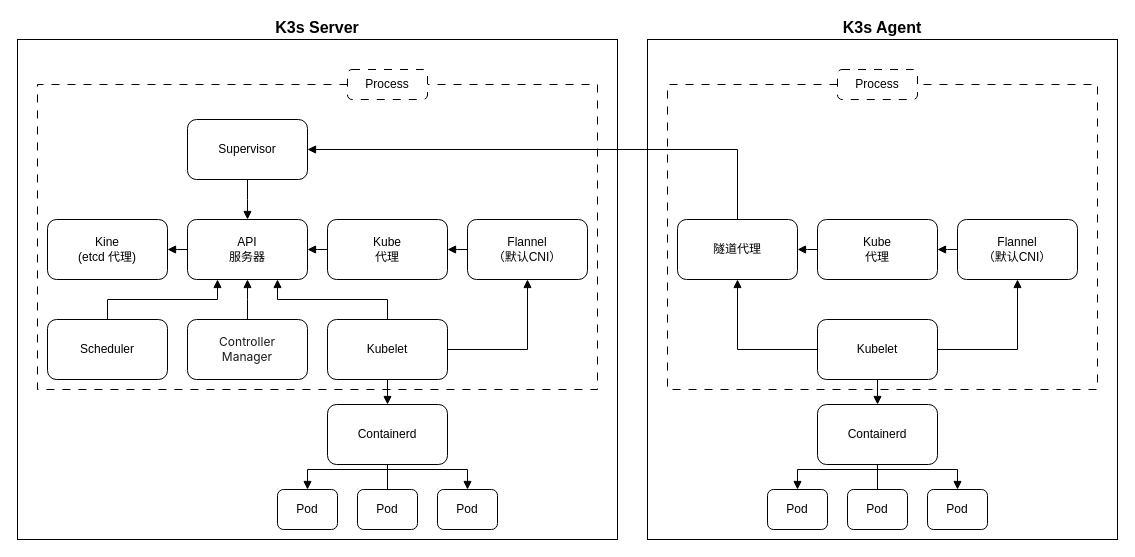
This is page "K3s架构" (3 of 6) of directory/边缘架构.drawio from lllwwwooo/draw.io, a draw.io file, before an edit. Source tidied: cells renumbered, new cells numbered last; positions are measured from the earlier drawing's top-left corner, leaving out a move shared by most shapes. Both pictures are drawn from the tidied source at 100%, with x=0, y=0 at pixel (17, 39).
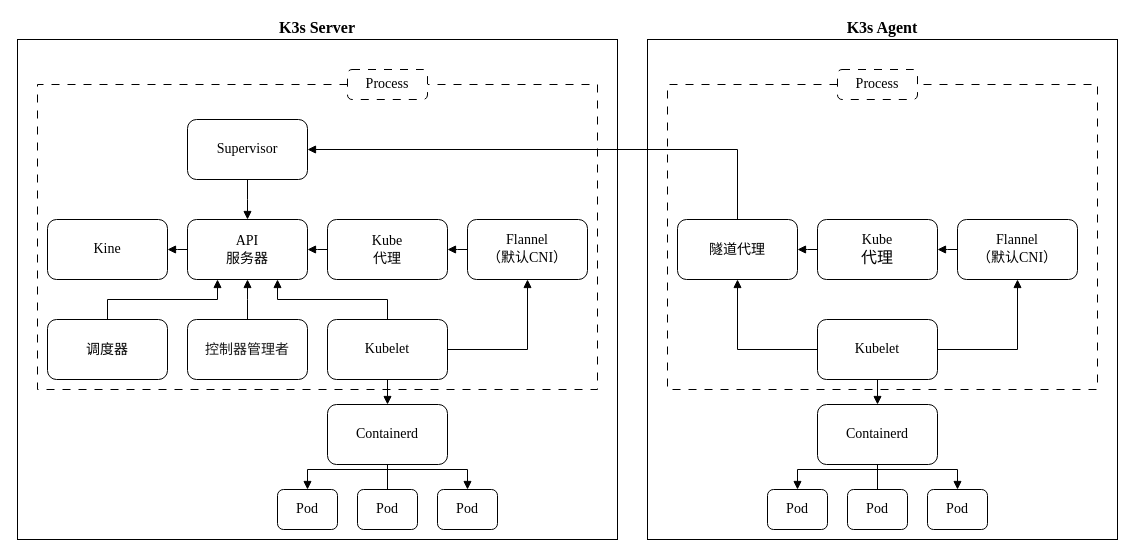
The same page after the edit.

Diff of the diagram source:
```diff
@@
-    <mxCell id="2" value="&lt;b&gt;&lt;font style=&quot;font-size: 16px;&quot;&gt;K3s Server&lt;/font&gt;&lt;/b&gt;" style="whiteSpace=wrap;html=1;align=center;newEdgeStyle={&quot;edgeStyle&quot;:&quot;elbowEdgeStyle&quot;,&quot;startArrow&quot;:&quot;none&quot;,&quot;endArrow&quot;:&quot;none&quot;};labelPosition=center;verticalLabelPosition=top;verticalAlign=bottom;" parent="1" vertex="1">
+    <mxCell id="2" value="&lt;b&gt;&lt;font face=&quot;Times New Roman&quot; style=&quot;font-size: 16px;&quot;&gt;K3s Server&lt;/font&gt;&lt;/b&gt;" style="whiteSpace=wrap;html=1;align=center;newEdgeStyle={&quot;edgeStyle&quot;:&quot;elbowEdgeStyle&quot;,&quot;startArrow&quot;:&quot;none&quot;,&quot;endArrow&quot;:&quot;none&quot;};labelPosition=center;verticalLabelPosition=top;verticalAlign=bottom;" parent="1" vertex="1">
       <mxGeometry width="600" height="500" as="geometry" />
     </mxCell>
@@
-    <mxCell id="4" value="Supervisor" style="whiteSpace=wrap;html=1;align=center;newEdgeStyle={&quot;edgeStyle&quot;:&quot;elbowEdgeStyle&quot;,&quot;startArrow&quot;:&quot;none&quot;,&quot;endArrow&quot;:&quot;none&quot;};rounded=1;" parent="1" vertex="1">
+    <mxCell id="4" value="&lt;font face=&quot;Times New Roman&quot; style=&quot;font-size: 14px;&quot;&gt;Supervisor&lt;/font&gt;" style="whiteSpace=wrap;html=1;align=center;newEdgeStyle={&quot;edgeStyle&quot;:&quot;elbowEdgeStyle&quot;,&quot;startArrow&quot;:&quot;none&quot;,&quot;endArrow&quot;:&quot;none&quot;};rounded=1;" parent="1" vertex="1">
       <mxGeometry x="170" y="80" width="120" height="60" as="geometry" />
     </mxCell>
-    <mxCell id="5" value="Kine&lt;div&gt;(etcd 代理)&lt;/div&gt;" style="whiteSpace=wrap;html=1;align=center;newEdgeStyle={&quot;edgeStyle&quot;:&quot;elbowEdgeStyle&quot;,&quot;startArrow&quot;:&quot;none&quot;,&quot;endArrow&quot;:&quot;none&quot;};glass=0;rounded=1;" parent="1" vertex="1">
+    <mxCell id="5" value="&lt;font face=&quot;Times New Roman&quot; style=&quot;font-size: 14px;&quot;&gt;Kine&lt;/font&gt;" style="whiteSpace=wrap;html=1;align=center;newEdgeStyle={&quot;edgeStyle&quot;:&quot;elbowEdgeStyle&quot;,&quot;startArrow&quot;:&quot;none&quot;,&quot;endArrow&quot;:&quot;none&quot;};glass=0;rounded=1;" parent="1" vertex="1">
       <mxGeometry x="30" y="180" width="120" height="60" as="geometry" />
     </mxCell>
@@
-    <mxCell id="7" value="API&lt;div&gt;服务器&lt;/div&gt;" style="whiteSpace=wrap;html=1;align=center;newEdgeStyle={&quot;edgeStyle&quot;:&quot;elbowEdgeStyle&quot;,&quot;startArrow&quot;:&quot;none&quot;,&quot;endArrow&quot;:&quot;none&quot;};rounded=1;" parent="1" vertex="1">
+    <mxCell id="7" value="&lt;font style=&quot;font-size: 14px;&quot; face=&quot;Times New Roman&quot;&gt;API&lt;/font&gt;&lt;div&gt;&lt;font style=&quot;font-size: 14px;&quot; face=&quot;宋体&quot;&gt;服务器&lt;/font&gt;&lt;/div&gt;" style="whiteSpace=wrap;html=1;align=center;newEdgeStyle={&quot;edgeStyle&quot;:&quot;elbowEdgeStyle&quot;,&quot;startArrow&quot;:&quot;none&quot;,&quot;endArrow&quot;:&quot;none&quot;};rounded=1;" parent="1" vertex="1">
       <mxGeometry x="170" y="180" width="120" height="60" as="geometry" />
     </mxCell>
@@
-    <mxCell id="9" value="Kube&lt;div&gt;代理&lt;/div&gt;" style="whiteSpace=wrap;html=1;align=center;newEdgeStyle={&quot;edgeStyle&quot;:&quot;elbowEdgeStyle&quot;,&quot;startArrow&quot;:&quot;none&quot;,&quot;endArrow&quot;:&quot;none&quot;};rounded=1;" parent="1" vertex="1">
+    <mxCell id="9" value="&lt;font style=&quot;font-size: 14px;&quot; face=&quot;Times New Roman&quot;&gt;Kube&lt;/font&gt;&lt;div&gt;&lt;font style=&quot;font-size: 14px;&quot; face=&quot;宋体&quot;&gt;代理&lt;/font&gt;&lt;/div&gt;" style="whiteSpace=wrap;html=1;align=center;newEdgeStyle={&quot;edgeStyle&quot;:&quot;elbowEdgeStyle&quot;,&quot;startArrow&quot;:&quot;none&quot;,&quot;endArrow&quot;:&quot;none&quot;};rounded=1;" parent="1" vertex="1">
       <mxGeometry x="310" y="180" width="120" height="60" as="geometry" />
     </mxCell>
@@
-    <mxCell id="11" value="Flannel&lt;div&gt;（默认CNI）&lt;/div&gt;" style="whiteSpace=wrap;html=1;align=center;newEdgeStyle={&quot;edgeStyle&quot;:&quot;elbowEdgeStyle&quot;,&quot;startArrow&quot;:&quot;none&quot;,&quot;endArrow&quot;:&quot;none&quot;};rounded=1;" parent="1" vertex="1">
+    <mxCell id="11" value="&lt;font style=&quot;font-size: 14px;&quot; face=&quot;Times New Roman&quot;&gt;Flannel&lt;/font&gt;&lt;div&gt;&lt;font style=&quot;font-size: 14px;&quot;&gt;&lt;font style=&quot;&quot; face=&quot;宋体&quot;&gt;（默认&lt;/font&gt;&lt;font style=&quot;&quot; face=&quot;Times New Roman&quot;&gt;CNI&lt;/font&gt;&lt;font style=&quot;&quot; face=&quot;宋体&quot;&gt;）&lt;/font&gt;&lt;/font&gt;&lt;/div&gt;" style="whiteSpace=wrap;html=1;align=center;newEdgeStyle={&quot;edgeStyle&quot;:&quot;elbowEdgeStyle&quot;,&quot;startArrow&quot;:&quot;none&quot;,&quot;endArrow&quot;:&quot;none&quot;};rounded=1;" parent="1" vertex="1">
       <mxGeometry x="450" y="180" width="120" height="60" as="geometry" />
     </mxCell>
@@
-    <mxCell id="13" value="&lt;span style=&quot;color: rgba(0, 0, 0, 0.9); font-family: -apple-system, BlinkMacSystemFont, &amp;quot;Segoe UI&amp;quot;, system-ui, -apple-system, &amp;quot;Segoe UI&amp;quot;, Roboto, Ubuntu, Cantarell, &amp;quot;Noto Sans&amp;quot;, sans-serif, Arial, &amp;quot;PingFang SC&amp;quot;, &amp;quot;Source Han Sans SC&amp;quot;, &amp;quot;Microsoft YaHei UI&amp;quot;, &amp;quot;Microsoft YaHei&amp;quot;, &amp;quot;Noto Sans CJK SC&amp;quot;, sans-serif; text-align: left; white-space-collapse: preserve; background-color: rgb(255, 255, 255);&quot;&gt;&lt;font&gt;Controller&lt;/font&gt;&lt;/span&gt;&lt;div&gt;&lt;span style=&quot;color: rgba(0, 0, 0, 0.9); font-family: -apple-system, BlinkMacSystemFont, &amp;quot;Segoe UI&amp;quot;, system-ui, -apple-system, &amp;quot;Segoe UI&amp;quot;, Roboto, Ubuntu, Cantarell, &amp;quot;Noto Sans&amp;quot;, sans-serif, Arial, &amp;quot;PingFang SC&amp;quot;, &amp;quot;Source Han Sans SC&amp;quot;, &amp;quot;Microsoft YaHei UI&amp;quot;, &amp;quot;Microsoft YaHei&amp;quot;, &amp;quot;Noto Sans CJK SC&amp;quot;, sans-serif; text-align: left; white-space-collapse: preserve; background-color: rgb(255, 255, 255);&quot;&gt;&lt;font&gt;Manager&lt;/font&gt;&lt;/span&gt;&lt;/div&gt;" style="whiteSpace=wrap;html=1;align=center;newEdgeStyle={&quot;edgeStyle&quot;:&quot;elbowEdgeStyle&quot;,&quot;startArrow&quot;:&quot;none&quot;,&quot;endArrow&quot;:&quot;none&quot;};rounded=1;" parent="1" vertex="1">
+    <mxCell id="13" value="&lt;span style=&quot;color: rgba(0, 0, 0, 0.9); text-align: left; white-space-collapse: preserve; background-color: rgb(255, 255, 255);&quot;&gt;&lt;font face=&quot;宋体&quot; style=&quot;font-size: 14px;&quot;&gt;控制器管理者&lt;/font&gt;&lt;/span&gt;" style="whiteSpace=wrap;html=1;align=center;newEdgeStyle={&quot;edgeStyle&quot;:&quot;elbowEdgeStyle&quot;,&quot;startArrow&quot;:&quot;none&quot;,&quot;endArrow&quot;:&quot;none&quot;};rounded=1;" parent="1" vertex="1">
       <mxGeometry x="170" y="280" width="120" height="60" as="geometry" />
     </mxCell>
@@
-    <mxCell id="15" value="Scheduler" style="whiteSpace=wrap;html=1;align=center;newEdgeStyle={&quot;edgeStyle&quot;:&quot;elbowEdgeStyle&quot;,&quot;startArrow&quot;:&quot;none&quot;,&quot;endArrow&quot;:&quot;none&quot;};rounded=1;" parent="1" vertex="1">
+    <mxCell id="15" value="&lt;font style=&quot;font-size: 14px;&quot; face=&quot;宋体&quot;&gt;调度器&lt;/font&gt;" style="whiteSpace=wrap;html=1;align=center;newEdgeStyle={&quot;edgeStyle&quot;:&quot;elbowEdgeStyle&quot;,&quot;startArrow&quot;:&quot;none&quot;,&quot;endArrow&quot;:&quot;none&quot;};rounded=1;" parent="1" vertex="1">
       <mxGeometry x="30" y="280" width="120" height="60" as="geometry" />
     </mxCell>
@@
-    <mxCell id="18" value="Kubelet" style="whiteSpace=wrap;html=1;align=center;newEdgeStyle={&quot;edgeStyle&quot;:&quot;elbowEdgeStyle&quot;,&quot;startArrow&quot;:&quot;none&quot;,&quot;endArrow&quot;:&quot;none&quot;};rounded=1;" parent="1" vertex="1">
+    <mxCell id="18" value="&lt;font style=&quot;font-size: 14px;&quot; face=&quot;Times New Roman&quot;&gt;Kubelet&lt;/font&gt;" style="whiteSpace=wrap;html=1;align=center;newEdgeStyle={&quot;edgeStyle&quot;:&quot;elbowEdgeStyle&quot;,&quot;startArrow&quot;:&quot;none&quot;,&quot;endArrow&quot;:&quot;none&quot;};rounded=1;" parent="1" vertex="1">
       <mxGeometry x="310" y="280" width="120" height="60" as="geometry" />
     </mxCell>
@@
-    <mxCell id="22" value="&lt;span style=&quot;&quot; lang=&quot;EN-US&quot;&gt;&lt;font&gt;Containerd&lt;/font&gt;&lt;/span&gt;" style="whiteSpace=wrap;html=1;align=center;newEdgeStyle={&quot;edgeStyle&quot;:&quot;elbowEdgeStyle&quot;,&quot;startArrow&quot;:&quot;none&quot;,&quot;endArrow&quot;:&quot;none&quot;};rounded=1;" parent="1" vertex="1">
+    <mxCell id="22" value="&lt;span style=&quot;&quot; lang=&quot;EN-US&quot;&gt;&lt;font style=&quot;font-size: 14px;&quot; face=&quot;Times New Roman&quot;&gt;Containerd&lt;/font&gt;&lt;/span&gt;" style="whiteSpace=wrap;html=1;align=center;newEdgeStyle={&quot;edgeStyle&quot;:&quot;elbowEdgeStyle&quot;,&quot;startArrow&quot;:&quot;none&quot;,&quot;endArrow&quot;:&quot;none&quot;};rounded=1;" parent="1" vertex="1">
       <mxGeometry x="310" y="365" width="120" height="60" as="geometry" />
     </mxCell>
-    <mxCell id="23" value="Pod" style="whiteSpace=wrap;html=1;align=center;newEdgeStyle={&quot;edgeStyle&quot;:&quot;elbowEdgeStyle&quot;,&quot;startArrow&quot;:&quot;none&quot;,&quot;endArrow&quot;:&quot;none&quot;};rounded=1;" parent="1" vertex="1">
+    <mxCell id="23" value="&lt;font style=&quot;font-size: 14px;&quot; face=&quot;Times New Roman&quot;&gt;Pod&lt;/font&gt;" style="whiteSpace=wrap;html=1;align=center;newEdgeStyle={&quot;edgeStyle&quot;:&quot;elbowEdgeStyle&quot;,&quot;startArrow&quot;:&quot;none&quot;,&quot;endArrow&quot;:&quot;none&quot;};rounded=1;" parent="1" vertex="1">
       <mxGeometry x="340" y="450" width="60" height="40" as="geometry" />
     </mxCell>
-    <mxCell id="24" value="Pod" style="whiteSpace=wrap;html=1;align=center;newEdgeStyle={&quot;edgeStyle&quot;:&quot;elbowEdgeStyle&quot;,&quot;startArrow&quot;:&quot;none&quot;,&quot;endArrow&quot;:&quot;none&quot;};rounded=1;" parent="1" vertex="1">
+    <mxCell id="24" value="&lt;font style=&quot;font-size: 14px;&quot; face=&quot;Times New Roman&quot;&gt;Pod&lt;/font&gt;" style="whiteSpace=wrap;html=1;align=center;newEdgeStyle={&quot;edgeStyle&quot;:&quot;elbowEdgeStyle&quot;,&quot;startArrow&quot;:&quot;none&quot;,&quot;endArrow&quot;:&quot;none&quot;};rounded=1;" parent="1" vertex="1">
       <mxGeometry x="260" y="450" width="60" height="40" as="geometry" />
     </mxCell>
-    <mxCell id="25" value="Pod" style="whiteSpace=wrap;html=1;align=center;newEdgeStyle={&quot;edgeStyle&quot;:&quot;elbowEdgeStyle&quot;,&quot;startArrow&quot;:&quot;none&quot;,&quot;endArrow&quot;:&quot;none&quot;};rounded=1;" parent="1" vertex="1">
+    <mxCell id="25" value="&lt;font style=&quot;font-size: 14px;&quot; face=&quot;Times New Roman&quot;&gt;Pod&lt;/font&gt;" style="whiteSpace=wrap;html=1;align=center;newEdgeStyle={&quot;edgeStyle&quot;:&quot;elbowEdgeStyle&quot;,&quot;startArrow&quot;:&quot;none&quot;,&quot;endArrow&quot;:&quot;none&quot;};rounded=1;" parent="1" vertex="1">
       <mxGeometry x="420" y="450" width="60" height="40" as="geometry" />
     </mxCell>
@@
-    <mxCell id="28" value="Process" style="rounded=1;whiteSpace=wrap;html=1;dashed=1;dashPattern=8 8;" parent="1" vertex="1">
+    <mxCell id="28" value="&lt;font face=&quot;Times New Roman&quot; style=&quot;font-size: 14px;&quot;&gt;Process&lt;/font&gt;" style="rounded=1;whiteSpace=wrap;html=1;dashed=1;dashPattern=8 8;" parent="1" vertex="1">
       <mxGeometry x="330" y="30" width="80" height="30" as="geometry" />
     </mxCell>
-    <mxCell id="29" value="&lt;b&gt;&lt;font style=&quot;font-size: 16px;&quot;&gt;K3s Agent&lt;/font&gt;&lt;/b&gt;" style="whiteSpace=wrap;html=1;align=center;newEdgeStyle={&quot;edgeStyle&quot;:&quot;elbowEdgeStyle&quot;,&quot;startArrow&quot;:&quot;none&quot;,&quot;endArrow&quot;:&quot;none&quot;};labelPosition=center;verticalLabelPosition=top;verticalAlign=bottom;" parent="1" vertex="1">
+    <mxCell id="29" value="&lt;b&gt;&lt;font face=&quot;Times New Roman&quot; style=&quot;font-size: 16px;&quot;&gt;K3s Agent&lt;/font&gt;&lt;/b&gt;" style="whiteSpace=wrap;html=1;align=center;newEdgeStyle={&quot;edgeStyle&quot;:&quot;elbowEdgeStyle&quot;,&quot;startArrow&quot;:&quot;none&quot;,&quot;endArrow&quot;:&quot;none&quot;};labelPosition=center;verticalLabelPosition=top;verticalAlign=bottom;" parent="1" vertex="1">
       <mxGeometry x="630" width="470" height="500" as="geometry" />
     </mxCell>
@@
-    <mxCell id="31" value="隧道代理" style="whiteSpace=wrap;html=1;align=center;newEdgeStyle={&quot;edgeStyle&quot;:&quot;elbowEdgeStyle&quot;,&quot;startArrow&quot;:&quot;none&quot;,&quot;endArrow&quot;:&quot;none&quot;};glass=0;rounded=1;" parent="1" vertex="1">
+    <mxCell id="31" value="&lt;font style=&quot;font-size: 14px;&quot; face=&quot;宋体&quot;&gt;隧道代理&lt;/font&gt;" style="whiteSpace=wrap;html=1;align=center;newEdgeStyle={&quot;edgeStyle&quot;:&quot;elbowEdgeStyle&quot;,&quot;startArrow&quot;:&quot;none&quot;,&quot;endArrow&quot;:&quot;none&quot;};glass=0;rounded=1;" parent="1" vertex="1">
       <mxGeometry x="660" y="180" width="120" height="60" as="geometry" />
     </mxCell>
@@
-    <mxCell id="33" value="Kube&lt;div&gt;代理&lt;/div&gt;" style="whiteSpace=wrap;html=1;align=center;newEdgeStyle={&quot;edgeStyle&quot;:&quot;elbowEdgeStyle&quot;,&quot;startArrow&quot;:&quot;none&quot;,&quot;endArrow&quot;:&quot;none&quot;};rounded=1;" parent="1" vertex="1">
+    <mxCell id="33" value="&lt;font style=&quot;font-size: 14px;&quot; face=&quot;Times New Roman&quot;&gt;Kube&lt;/font&gt;&lt;div&gt;&lt;font size=&quot;3&quot; face=&quot;宋体&quot;&gt;代理&lt;/font&gt;&lt;/div&gt;" style="whiteSpace=wrap;html=1;align=center;newEdgeStyle={&quot;edgeStyle&quot;:&quot;elbowEdgeStyle&quot;,&quot;startArrow&quot;:&quot;none&quot;,&quot;endArrow&quot;:&quot;none&quot;};rounded=1;" parent="1" vertex="1">
       <mxGeometry x="800" y="180" width="120" height="60" as="geometry" />
     </mxCell>
@@
-    <mxCell id="35" value="Flannel&lt;div&gt;（默认CNI）&lt;/div&gt;" style="whiteSpace=wrap;html=1;align=center;newEdgeStyle={&quot;edgeStyle&quot;:&quot;elbowEdgeStyle&quot;,&quot;startArrow&quot;:&quot;none&quot;,&quot;endArrow&quot;:&quot;none&quot;};rounded=1;" parent="1" vertex="1">
+    <mxCell id="35" value="&lt;font style=&quot;font-size: 14px;&quot; face=&quot;Times New Roman&quot;&gt;Flannel&lt;/font&gt;&lt;div&gt;&lt;font style=&quot;font-size: 14px;&quot;&gt;&lt;font face=&quot;宋体&quot;&gt;（默认&lt;/font&gt;&lt;font face=&quot;Times New Roman&quot;&gt;CNI&lt;/font&gt;&lt;font face=&quot;宋体&quot;&gt;）&lt;/font&gt;&lt;/font&gt;&lt;/div&gt;" style="whiteSpace=wrap;html=1;align=center;newEdgeStyle={&quot;edgeStyle&quot;:&quot;elbowEdgeStyle&quot;,&quot;startArrow&quot;:&quot;none&quot;,&quot;endArrow&quot;:&quot;none&quot;};rounded=1;" parent="1" vertex="1">
       <mxGeometry x="940" y="180" width="120" height="60" as="geometry" />
     </mxCell>
@@
-    <mxCell id="38" value="Kubelet" style="whiteSpace=wrap;html=1;align=center;newEdgeStyle={&quot;edgeStyle&quot;:&quot;elbowEdgeStyle&quot;,&quot;startArrow&quot;:&quot;none&quot;,&quot;endArrow&quot;:&quot;none&quot;};rounded=1;" parent="1" vertex="1">
+    <mxCell id="38" value="&lt;font face=&quot;Times New Roman&quot; style=&quot;font-size: 14px;&quot;&gt;Kubelet&lt;/font&gt;" style="whiteSpace=wrap;html=1;align=center;newEdgeStyle={&quot;edgeStyle&quot;:&quot;elbowEdgeStyle&quot;,&quot;startArrow&quot;:&quot;none&quot;,&quot;endArrow&quot;:&quot;none&quot;};rounded=1;" parent="1" vertex="1">
       <mxGeometry x="800" y="280" width="120" height="60" as="geometry" />
     </mxCell>
@@
-    <mxCell id="42" value="&lt;span style=&quot;&quot; lang=&quot;EN-US&quot;&gt;&lt;font&gt;Containerd&lt;/font&gt;&lt;/span&gt;" style="whiteSpace=wrap;html=1;align=center;newEdgeStyle={&quot;edgeStyle&quot;:&quot;elbowEdgeStyle&quot;,&quot;startArrow&quot;:&quot;none&quot;,&quot;endArrow&quot;:&quot;none&quot;};rounded=1;" parent="1" vertex="1">
+    <mxCell id="42" value="&lt;span style=&quot;&quot; lang=&quot;EN-US&quot;&gt;&lt;font face=&quot;Times New Roman&quot; style=&quot;font-size: 14px;&quot;&gt;Containerd&lt;/font&gt;&lt;/span&gt;" style="whiteSpace=wrap;html=1;align=center;newEdgeStyle={&quot;edgeStyle&quot;:&quot;elbowEdgeStyle&quot;,&quot;startArrow&quot;:&quot;none&quot;,&quot;endArrow&quot;:&quot;none&quot;};rounded=1;" parent="1" vertex="1">
       <mxGeometry x="800" y="365" width="120" height="60" as="geometry" />
     </mxCell>
-    <mxCell id="43" value="Pod" style="whiteSpace=wrap;html=1;align=center;newEdgeStyle={&quot;edgeStyle&quot;:&quot;elbowEdgeStyle&quot;,&quot;startArrow&quot;:&quot;none&quot;,&quot;endArrow&quot;:&quot;none&quot;};rounded=1;" parent="1" vertex="1">
+    <mxCell id="43" value="&lt;font face=&quot;Times New Roman&quot; style=&quot;font-size: 14px;&quot;&gt;Pod&lt;/font&gt;" style="whiteSpace=wrap;html=1;align=center;newEdgeStyle={&quot;edgeStyle&quot;:&quot;elbowEdgeStyle&quot;,&quot;startArrow&quot;:&quot;none&quot;,&quot;endArrow&quot;:&quot;none&quot;};rounded=1;" parent="1" vertex="1">
       <mxGeometry x="830" y="450" width="60" height="40" as="geometry" />
     </mxCell>
-    <mxCell id="44" value="Pod" style="whiteSpace=wrap;html=1;align=center;newEdgeStyle={&quot;edgeStyle&quot;:&quot;elbowEdgeStyle&quot;,&quot;startArrow&quot;:&quot;none&quot;,&quot;endArrow&quot;:&quot;none&quot;};rounded=1;" parent="1" vertex="1">
+    <mxCell id="44" value="&lt;font face=&quot;Times New Roman&quot; style=&quot;font-size: 14px;&quot;&gt;Pod&lt;/font&gt;" style="whiteSpace=wrap;html=1;align=center;newEdgeStyle={&quot;edgeStyle&quot;:&quot;elbowEdgeStyle&quot;,&quot;startArrow&quot;:&quot;none&quot;,&quot;endArrow&quot;:&quot;none&quot;};rounded=1;" parent="1" vertex="1">
       <mxGeometry x="750" y="450" width="60" height="40" as="geometry" />
     </mxCell>
-    <mxCell id="45" value="Pod" style="whiteSpace=wrap;html=1;align=center;newEdgeStyle={&quot;edgeStyle&quot;:&quot;elbowEdgeStyle&quot;,&quot;startArrow&quot;:&quot;none&quot;,&quot;endArrow&quot;:&quot;none&quot;};rounded=1;" parent="1" vertex="1">
+    <mxCell id="45" value="&lt;font face=&quot;Times New Roman&quot; style=&quot;font-size: 14px;&quot;&gt;Pod&lt;/font&gt;" style="whiteSpace=wrap;html=1;align=center;newEdgeStyle={&quot;edgeStyle&quot;:&quot;elbowEdgeStyle&quot;,&quot;startArrow&quot;:&quot;none&quot;,&quot;endArrow&quot;:&quot;none&quot;};rounded=1;" parent="1" vertex="1">
       <mxGeometry x="910" y="450" width="60" height="40" as="geometry" />
     </mxCell>
@@
-    <mxCell id="48" value="Process" style="rounded=1;whiteSpace=wrap;html=1;dashed=1;dashPattern=8 8;" parent="1" vertex="1">
+    <mxCell id="48" value="&lt;font face=&quot;Times New Roman&quot; style=&quot;font-size: 14px;&quot;&gt;Process&lt;/font&gt;" style="rounded=1;whiteSpace=wrap;html=1;dashed=1;dashPattern=8 8;" parent="1" vertex="1">
       <mxGeometry x="820" y="30" width="80" height="30" as="geometry" />
     </mxCell>
```
